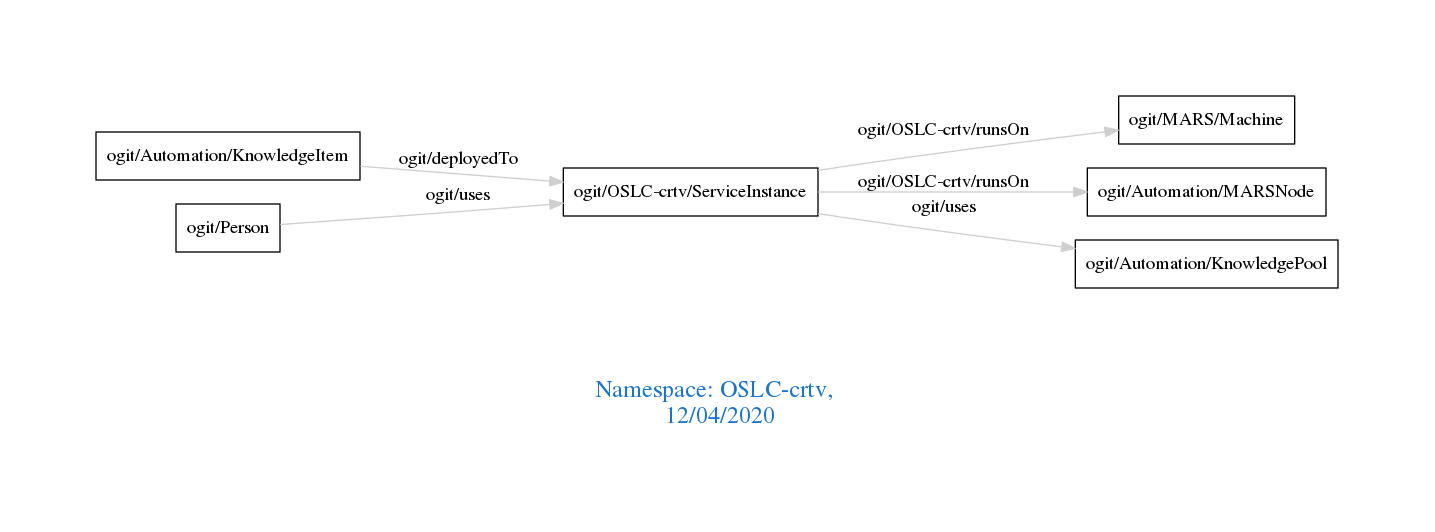
arago/OGIT keeps this Graphviz diagram as downloads/OSLC-crtv.png. Above is the earlier version. Its source is kept beside it as downloads/OSLC-crtv.dot.
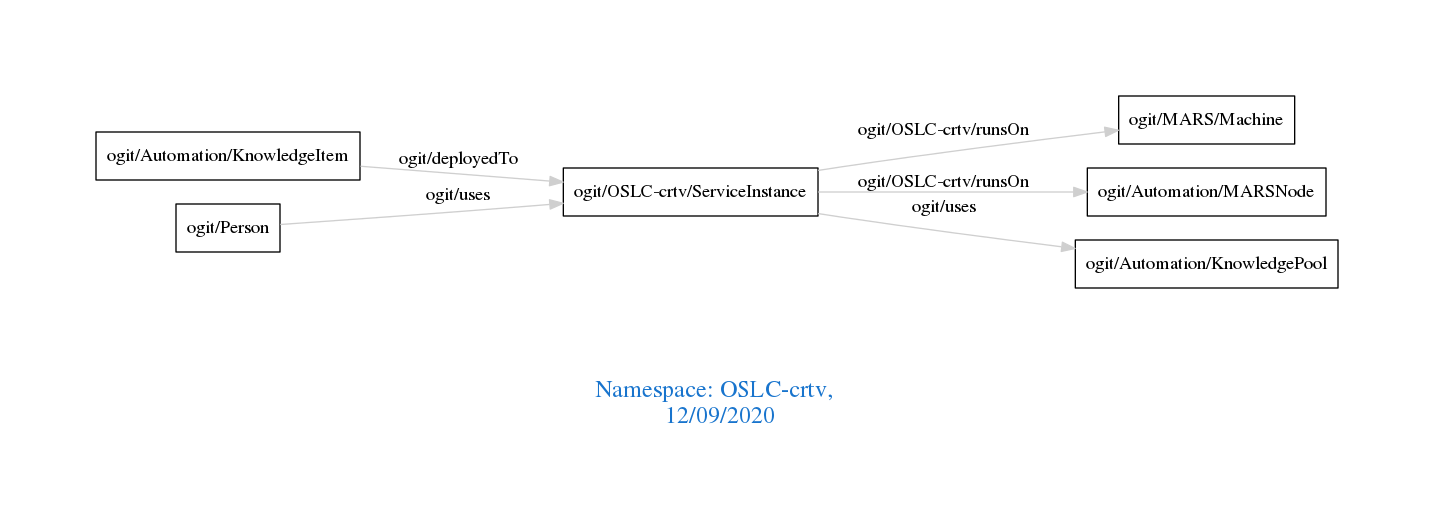
Later version of the same file.

What changed in the source:
```diff
@@ -1,7 +1,7 @@
 digraph OGIT_ontology {
  graph [ rankdir= LR,pad=1
 fontsize = 18,
-fontcolor= dodgerblue3,label = "\n\n\nNamespace: OSLC-crtv, \n 12/04/2020"];
+fontcolor= dodgerblue3,label = "\n\n\nNamespace: OSLC-crtv, \n 12/09/2020"];
 node[shape=polygon];
 edge [  color="gray81"];
 
```
